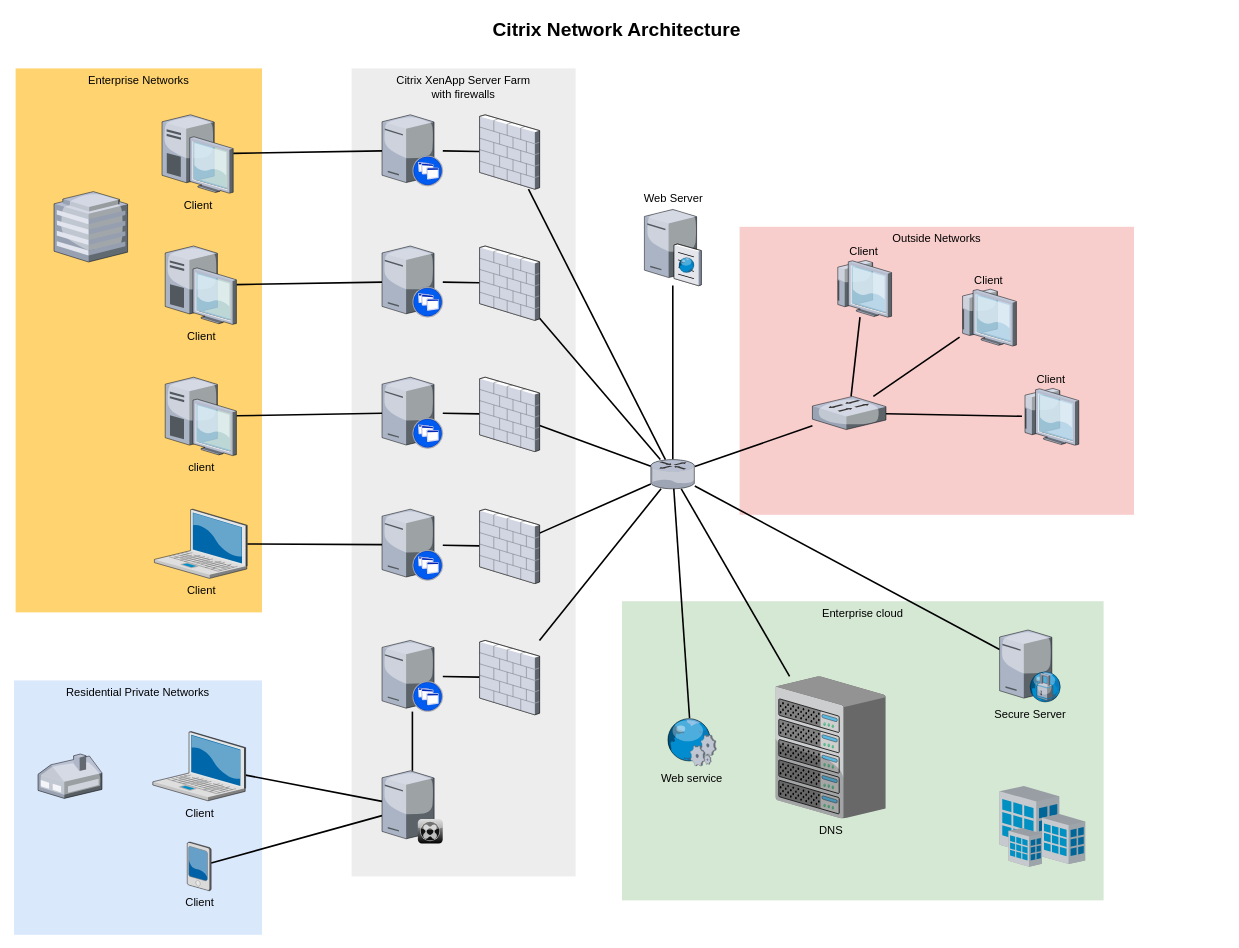
Before: 煤矿生产技术的网络架构图.drawio in itangm/draw.io-files, a draw.io diagram. Source tidied: cells renumbered, new cells numbered last; positions are measured from the earlier drawing's top-left corner, leaving out a move shared by most shapes. Both pictures are drawn from the tidied source at 80%, with x=0, y=0 at pixel (14, 14).
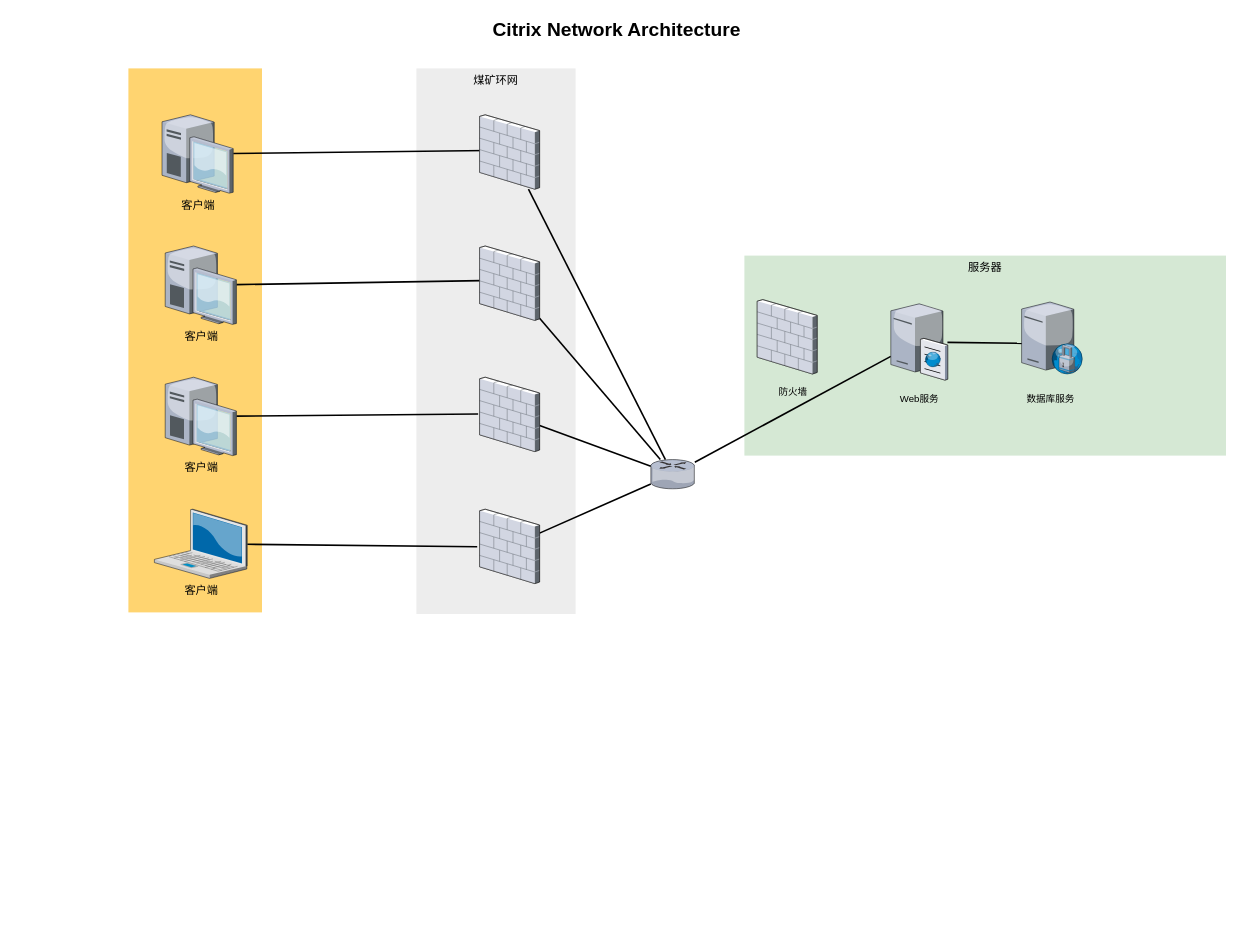
The same diagram, later.

Commit message:
更新煤矿生产技术的网络架构图.drawio

The change refers to these unchanged cells:
```xml
<mxCell id="33" style="verticalLabelPosition=bottom;html=1;verticalAlign=top;strokeColor=none;shape=mxgraph.citrix.router;fillColor=#66B2FF;gradientColor=#0066CC;fontSize=14;" parent="1" vertex="1">
  <mxGeometry x="796" y="557" width="55" height="36.5" as="geometry" />
</mxCell>
<mxCell id="39" style="verticalLabelPosition=bottom;html=1;verticalAlign=top;strokeColor=none;shape=mxgraph.citrix.firewall;fillColor=#66B2FF;gradientColor=#0066CC;fontSize=14;" parent="1" vertex="1">
  <mxGeometry x="582" y="126" width="75" height="93" as="geometry" />
</mxCell>
<mxCell id="41" style="verticalLabelPosition=bottom;html=1;verticalAlign=top;strokeColor=none;shape=mxgraph.citrix.firewall;fillColor=#66B2FF;gradientColor=#0066CC;fontSize=14;" parent="1" vertex="1">
  <mxGeometry x="582" y="290" width="75" height="93" as="geometry" />
</mxCell>
<mxCell id="43" style="verticalLabelPosition=bottom;html=1;verticalAlign=top;strokeColor=none;shape=mxgraph.citrix.firewall;fillColor=#66B2FF;gradientColor=#0066CC;fontSize=14;" parent="1" vertex="1">
  <mxGeometry x="582" y="454" width="75" height="93" as="geometry" />
</mxCell>
<mxCell id="45" style="verticalLabelPosition=bottom;html=1;verticalAlign=top;strokeColor=none;shape=mxgraph.citrix.firewall;fillColor=#66B2FF;gradientColor=#0066CC;fontSize=14;" parent="1" vertex="1">
  <mxGeometry x="582" y="619" width="75" height="93" as="geometry" />
</mxCell>
```

What changed in the source:
```diff
@@
-    <mxCell id="2" value="Outside Networks" style="whiteSpace=wrap;html=1;fillColor=#f8cecc;fontSize=14;strokeColor=none;verticalAlign=top;" parent="1" vertex="1">
-      <mxGeometry x="907" y="266" width="493" height="360" as="geometry" />
-    </mxCell>
-    <mxCell id="3" value="Enterprise cloud" style="whiteSpace=wrap;html=1;fillColor=#d5e8d4;fontSize=14;strokeColor=none;verticalAlign=top;" parent="1" vertex="1">
-      <mxGeometry x="760" y="734" width="602" height="374" as="geometry" />
+    <mxCell id="3" value="服务器" style="whiteSpace=wrap;html=1;fillColor=#d5e8d4;fontSize=14;strokeColor=none;verticalAlign=top;" parent="1" vertex="1">
+      <mxGeometry x="913" y="302" width="602" height="250" as="geometry" />
     </mxCell>
-    <mxCell id="4" value="Citrix XenApp Server Farm&lt;div&gt;with firewalls&lt;/div&gt;" style="whiteSpace=wrap;html=1;fillColor=#EDEDED;fontSize=14;strokeColor=none;verticalAlign=top;" parent="1" vertex="1">
-      <mxGeometry x="422" y="68" width="280" height="1010" as="geometry" />
+    <mxCell id="4" value="煤矿环网" style="whiteSpace=wrap;html=1;fillColor=#EDEDED;fontSize=14;strokeColor=none;verticalAlign=top;" parent="1" vertex="1">
+      <mxGeometry x="503" y="68" width="199" height="682" as="geometry" />
     </mxCell>
-    <mxCell id="5" value="Residential Private Networks" style="whiteSpace=wrap;html=1;fillColor=#dae8fc;fontSize=14;strokeColor=none;verticalAlign=top;" parent="1" vertex="1">
-      <mxGeometry y="833" width="310" height="318" as="geometry" />
-    </mxCell>
-    <mxCell id="6" value="Enterprise Networks" style="whiteSpace=wrap;html=1;fillColor=#FFD470;gradientColor=none;fontSize=14;strokeColor=none;verticalAlign=top;" parent="1" vertex="1">
-      <mxGeometry x="2" y="68" width="308" height="680" as="geometry" />
+    <mxCell id="6" style="whiteSpace=wrap;html=1;fillColor=#FFD470;gradientColor=none;fontSize=14;strokeColor=none;verticalAlign=top;" parent="1" vertex="1">
+      <mxGeometry x="143" y="68" width="167" height="680" as="geometry" />
     </mxCell>
-    <mxCell id="7" style="edgeStyle=none;rounded=0;html=1;startSize=10;endSize=10;jettySize=auto;fontSize=14;endArrow=none;endFill=0;strokeWidth=2;" parent="1" edge="1" source="8" target="35">
-      <mxGeometry relative="1" as="geometry" />
-    </mxCell>
-    <mxCell id="8" value="Client" style="verticalLabelPosition=bottom;html=1;verticalAlign=top;strokeColor=none;shape=mxgraph.citrix.laptop_2;fillColor=#66B2FF;gradientColor=#0066CC;fontSize=14;" parent="1" vertex="1">
-      <mxGeometry x="173.5" y="897" width="116" height="86.5" as="geometry" />
-    </mxCell>
-    <mxCell id="9" style="edgeStyle=none;rounded=0;html=1;startSize=10;endSize=10;jettySize=auto;fontSize=14;endArrow=none;endFill=0;strokeWidth=2;" parent="1" edge="1" source="10" target="22">
+    <mxCell id="9" style="edgeStyle=none;rounded=0;html=1;startSize=10;endSize=10;jettySize=auto;fontSize=14;endArrow=none;endFill=0;strokeWidth=2;entryX=-0.04;entryY=0.505;entryDx=0;entryDy=0;entryPerimeter=0;" parent="1" edge="1" source="10" target="45">
       <mxGeometry relative="1" as="geometry" />
     </mxCell>
-    <mxCell id="10" value="Client" style="verticalLabelPosition=bottom;html=1;verticalAlign=top;strokeColor=none;shape=mxgraph.citrix.laptop_2;fillColor=#66B2FF;gradientColor=#0066CC;fontSize=14;" parent="1" vertex="1">
+    <mxCell id="10" value="客户端" style="verticalLabelPosition=bottom;html=1;verticalAlign=top;strokeColor=none;shape=mxgraph.citrix.laptop_2;fillColor=#66B2FF;gradientColor=#0066CC;fontSize=14;" parent="1" vertex="1">
       <mxGeometry x="175.5" y="619" width="116" height="86.5" as="geometry" />
     </mxCell>
-    <mxCell id="11" style="edgeStyle=none;rounded=0;html=1;startSize=10;endSize=10;jettySize=auto;fontSize=14;endArrow=none;endFill=0;strokeWidth=2;" parent="1" edge="1" source="12" target="24">
+    <mxCell id="11" style="edgeStyle=none;rounded=0;html=1;startSize=10;endSize=10;jettySize=auto;fontSize=14;endArrow=none;endFill=0;strokeWidth=2;entryX=-0.025;entryY=0.495;entryDx=0;entryDy=0;entryPerimeter=0;" parent="1" edge="1" source="12" target="43">
       <mxGeometry relative="1" as="geometry" />
     </mxCell>
-    <mxCell id="12" value="client" style="verticalLabelPosition=bottom;html=1;verticalAlign=top;strokeColor=none;shape=mxgraph.citrix.desktop;fillColor=#66B2FF;gradientColor=#0066CC;fontSize=14;" parent="1" vertex="1">
+    <mxCell id="12" value="客户端" style="verticalLabelPosition=bottom;html=1;verticalAlign=top;strokeColor=none;shape=mxgraph.citrix.desktop;fillColor=#66B2FF;gradientColor=#0066CC;fontSize=14;" parent="1" vertex="1">
       <mxGeometry x="189" y="454" width="89" height="98" as="geometry" />
     </mxCell>
-    <mxCell id="13" style="edgeStyle=none;rounded=0;html=1;startSize=10;endSize=10;jettySize=auto;fontSize=14;endArrow=none;endFill=0;strokeWidth=2;" parent="1" edge="1" source="14" target="26">
+    <mxCell id="13" style="edgeStyle=none;rounded=0;html=1;startSize=10;endSize=10;jettySize=auto;fontSize=14;endArrow=none;endFill=0;strokeWidth=2;entryX=0.273;entryY=0.462;entryDx=0;entryDy=0;entryPerimeter=0;" parent="1" edge="1" source="14" target="41">
       <mxGeometry relative="1" as="geometry" />
     </mxCell>
-    <mxCell id="14" value="Client" style="verticalLabelPosition=bottom;html=1;verticalAlign=top;strokeColor=none;shape=mxgraph.citrix.desktop;fillColor=#66B2FF;gradientColor=#0066CC;fontSize=14;" parent="1" vertex="1">
+    <mxCell id="14" value="客户端" style="verticalLabelPosition=bottom;html=1;verticalAlign=top;strokeColor=none;shape=mxgraph.citrix.desktop;fillColor=#66B2FF;gradientColor=#0066CC;fontSize=14;" parent="1" vertex="1">
       <mxGeometry x="189" y="290" width="89" height="98" as="geometry" />
     </mxCell>
-    <mxCell id="15" style="edgeStyle=none;rounded=0;html=1;startSize=10;endSize=10;jettySize=auto;fontSize=14;endArrow=none;endFill=0;strokeWidth=2;" parent="1" edge="1" source="16" target="28">
+    <mxCell id="15" style="edgeStyle=none;rounded=0;html=1;startSize=10;endSize=10;jettySize=auto;fontSize=14;endArrow=none;endFill=0;strokeWidth=2;entryX=0.132;entryY=0.48;entryDx=0;entryDy=0;entryPerimeter=0;" parent="1" edge="1" source="16" target="39">
       <mxGeometry relative="1" as="geometry" />
     </mxCell>
-    <mxCell id="16" value="Client" style="verticalLabelPosition=bottom;html=1;verticalAlign=top;strokeColor=none;shape=mxgraph.citrix.desktop;fillColor=#66B2FF;gradientColor=#0066CC;fontSize=14;" parent="1" vertex="1">
+    <mxCell id="16" value="客户端" style="verticalLabelPosition=bottom;html=1;verticalAlign=top;strokeColor=none;shape=mxgraph.citrix.desktop;fillColor=#66B2FF;gradientColor=#0066CC;fontSize=14;" parent="1" vertex="1">
       <mxGeometry x="185" y="126" width="89" height="98" as="geometry" />
     </mxCell>
-    <mxCell id="17" style="edgeStyle=none;rounded=0;html=1;startSize=10;endSize=10;jettySize=auto;fontSize=14;endArrow=none;endFill=0;strokeWidth=2;" parent="1" edge="1" source="18" target="35">
-      <mxGeometry relative="1" as="geometry" />
-    </mxCell>
-    <mxCell id="18" value="Client" style="verticalLabelPosition=bottom;html=1;verticalAlign=top;strokeColor=none;shape=mxgraph.citrix.pda;fillColor=#66B2FF;gradientColor=#0066CC;fontSize=14;" parent="1" vertex="1">
-      <mxGeometry x="216.5" y="1035" width="30" height="61" as="geometry" />
-    </mxCell>
-    <mxCell id="19" style="edgeStyle=none;rounded=0;html=1;startSize=10;endSize=10;jettySize=auto;fontSize=14;endArrow=none;endFill=0;strokeWidth=2;" parent="1" edge="1" source="20" target="47">
-      <mxGeometry relative="1" as="geometry" />
-    </mxCell>
-    <mxCell id="20" style="verticalLabelPosition=bottom;html=1;verticalAlign=top;strokeColor=none;shape=mxgraph.citrix.xenapp_server;fillColor=#66B2FF;gradientColor=#0066CC;fontSize=14;" parent="1" vertex="1">
-      <mxGeometry x="460" y="783" width="76" height="89" as="geometry" />
-    </mxCell>
-    <mxCell id="21" style="edgeStyle=none;rounded=0;html=1;startSize=10;endSize=10;jettySize=auto;fontSize=14;endArrow=none;endFill=0;strokeWidth=2;" parent="1" edge="1" source="22" target="45">
-      <mxGeometry relative="1" as="geometry" />
-    </mxCell>
-    <mxCell id="22" style="verticalLabelPosition=bottom;html=1;verticalAlign=top;strokeColor=none;shape=mxgraph.citrix.xenapp_server;fillColor=#66B2FF;gradientColor=#0066CC;fontSize=14;" parent="1" vertex="1">
-      <mxGeometry x="460" y="619" width="76" height="89" as="geometry" />
-    </mxCell>
-    <mxCell id="23" style="edgeStyle=none;rounded=0;html=1;startSize=10;endSize=10;jettySize=auto;fontSize=14;endArrow=none;endFill=0;strokeWidth=2;" parent="1" edge="1" source="24" target="43">
-      <mxGeometry relative="1" as="geometry" />
-    </mxCell>
-    <mxCell id="24" style="verticalLabelPosition=bottom;html=1;verticalAlign=top;strokeColor=none;shape=mxgraph.citrix.xenapp_server;fillColor=#66B2FF;gradientColor=#0066CC;fontSize=14;" parent="1" vertex="1">
-      <mxGeometry x="460" y="454" width="76" height="89" as="geometry" />
-    </mxCell>
-    <mxCell id="25" style="edgeStyle=none;rounded=0;html=1;startSize=10;endSize=10;jettySize=auto;fontSize=14;endArrow=none;endFill=0;strokeWidth=2;" parent="1" edge="1" source="26" target="41">
-      <mxGeometry relative="1" as="geometry" />
-    </mxCell>
-    <mxCell id="26" style="verticalLabelPosition=bottom;html=1;verticalAlign=top;strokeColor=none;shape=mxgraph.citrix.xenapp_server;fillColor=#66B2FF;gradientColor=#0066CC;fontSize=14;" parent="1" vertex="1">
-      <mxGeometry x="460" y="290" width="76" height="89" as="geometry" />
-    </mxCell>
-    <mxCell id="27" style="edgeStyle=none;rounded=0;html=1;startSize=10;endSize=10;jettySize=auto;fontSize=14;endArrow=none;endFill=0;strokeWidth=2;" parent="1" edge="1" source="28" target="39">
-      <mxGeometry relative="1" as="geometry" />
-    </mxCell>
-    <mxCell id="28" style="verticalLabelPosition=bottom;html=1;verticalAlign=top;strokeColor=none;shape=mxgraph.citrix.xenapp_server;fillColor=#66B2FF;gradientColor=#0066CC;fontSize=14;" parent="1" vertex="1">
-      <mxGeometry x="460" y="126" width="76" height="89" as="geometry" />
-    </mxCell>
-    <mxCell id="29" style="edgeStyle=none;rounded=0;html=1;startSize=10;endSize=10;jettySize=auto;fontSize=14;endArrow=none;endFill=0;strokeWidth=2;" parent="1" edge="1" source="33" target="37">
-      <mxGeometry relative="1" as="geometry" />
-    </mxCell>
@@
-    <mxCell id="31" style="edgeStyle=none;rounded=0;html=1;startSize=10;endSize=10;jettySize=auto;fontSize=14;endArrow=none;endFill=0;strokeWidth=2;" parent="1" edge="1" source="33" target="54">
-      <mxGeometry relative="1" as="geometry" />
-    </mxCell>
-    <mxCell id="32" style="edgeStyle=none;rounded=0;html=1;startSize=10;endSize=10;jettySize=auto;fontSize=14;endArrow=none;endFill=0;strokeWidth=2;" parent="1" edge="1" source="33" target="50">
+    <mxCell id="32" style="edgeStyle=none;rounded=0;html=1;startSize=10;endSize=10;jettySize=auto;fontSize=14;endArrow=none;endFill=0;strokeWidth=2;exitX=0.997;exitY=0.518;exitDx=0;exitDy=0;exitPerimeter=0;entryX=0.033;entryY=0.574;entryDx=0;entryDy=0;entryPerimeter=0;" parent="1" edge="1" source="36" target="50">
       <mxGeometry relative="1" as="geometry" />
     </mxCell>
@@
-    <mxCell id="34" style="edgeStyle=none;rounded=0;html=1;startSize=10;endSize=10;jettySize=auto;fontSize=14;endArrow=none;endFill=0;strokeWidth=2;" parent="1" edge="1" source="35" target="20">
-      <mxGeometry relative="1" as="geometry" />
-    </mxCell>
-    <mxCell id="35" style="verticalLabelPosition=bottom;html=1;verticalAlign=top;strokeColor=none;shape=mxgraph.citrix.xenclient_synchronizer;fillColor=#CCCCCC;gradientColor=#000000;gradientDirection=south;fontSize=14;" parent="1" vertex="1">
-      <mxGeometry x="460" y="946" width="76" height="91" as="geometry" />
-    </mxCell>
-    <mxCell id="36" value="Web Server" style="verticalLabelPosition=top;html=1;verticalAlign=bottom;strokeColor=none;shape=mxgraph.citrix.cache_server;fillColor=#66B2FF;gradientColor=#0066CC;fontSize=14;labelPosition=center;align=center;" parent="1" vertex="1">
-      <mxGeometry x="788" y="242" width="71" height="97.5" as="geometry" />
+    <mxCell id="36" style="verticalLabelPosition=top;html=1;verticalAlign=bottom;strokeColor=none;shape=mxgraph.citrix.cache_server;fillColor=#66B2FF;gradientColor=#0066CC;fontSize=14;labelPosition=center;align=center;" parent="1" vertex="1">
+      <mxGeometry x="1096" y="360" width="71" height="97.5" as="geometry" />
     </mxCell>
-    <mxCell id="37" value="DNS" style="verticalLabelPosition=bottom;html=1;verticalAlign=top;strokeColor=none;shape=mxgraph.citrix.chassis;fillColor=#66B2FF;gradientColor=#0066CC;fontSize=14;" parent="1" vertex="1">
-      <mxGeometry x="952" y="828" width="137.5" height="177.5" as="geometry" />
-    </mxCell>
@@
-    <mxCell id="46" style="edgeStyle=none;rounded=0;html=1;startSize=10;endSize=10;jettySize=auto;fontSize=14;endArrow=none;endFill=0;strokeWidth=2;" parent="1" edge="1" source="47" target="33">
-      <mxGeometry relative="1" as="geometry" />
-    </mxCell>
-    <mxCell id="47" style="verticalLabelPosition=bottom;html=1;verticalAlign=top;strokeColor=none;shape=mxgraph.citrix.firewall;fillColor=#66B2FF;gradientColor=#0066CC;fontSize=14;" parent="1" vertex="1">
-      <mxGeometry x="582" y="783" width="75" height="93" as="geometry" />
-    </mxCell>
-    <mxCell id="48" style="verticalLabelPosition=bottom;html=1;verticalAlign=top;strokeColor=none;shape=mxgraph.citrix.home_office;fillColor=#66B2FF;gradientColor=#0066CC;fontSize=14;" parent="1" vertex="1">
-      <mxGeometry x="30" y="925" width="80" height="55.5" as="geometry" />
-    </mxCell>
-    <mxCell id="49" style="verticalLabelPosition=bottom;html=1;verticalAlign=top;strokeColor=none;shape=mxgraph.citrix.hq_enterprise;fillColor=#66B2FF;gradientColor=#0066CC;fontSize=14;" parent="1" vertex="1">
-      <mxGeometry x="50" y="222" width="92" height="88" as="geometry" />
-    </mxCell>
-    <mxCell id="50" value="Secure Server" style="verticalLabelPosition=bottom;html=1;verticalAlign=top;strokeColor=none;shape=mxgraph.citrix.proxy_server;fillColor=#66B2FF;gradientColor=#0066CC;fontSize=14;" parent="1" vertex="1">
-      <mxGeometry x="1232" y="770" width="76.5" height="90" as="geometry" />
+    <mxCell id="50" style="verticalLabelPosition=bottom;html=1;verticalAlign=top;strokeColor=none;shape=mxgraph.citrix.proxy_server;fillColor=#66B2FF;gradientColor=#0066CC;fontSize=14;" parent="1" vertex="1">
+      <mxGeometry x="1259.5" y="360" width="76.5" height="90" as="geometry" />
     </mxCell>
-    <mxCell id="51" style="edgeStyle=none;rounded=0;html=1;startSize=10;endSize=10;jettySize=auto;fontSize=14;endArrow=none;endFill=0;strokeWidth=2;" parent="1" edge="1" source="54" target="57">
-      <mxGeometry relative="1" as="geometry" />
-    </mxCell>
-    <mxCell id="52" style="edgeStyle=none;rounded=0;html=1;startSize=10;endSize=10;jettySize=auto;fontSize=14;endArrow=none;endFill=0;strokeWidth=2;" parent="1" edge="1" source="54" target="56">
-      <mxGeometry relative="1" as="geometry" />
-    </mxCell>
-    <mxCell id="53" style="edgeStyle=none;rounded=0;html=1;startSize=10;endSize=10;jettySize=auto;fontSize=14;endArrow=none;endFill=0;strokeWidth=2;" parent="1" edge="1" source="54" target="55">
-      <mxGeometry relative="1" as="geometry" />
-    </mxCell>
-    <mxCell id="54" style="verticalLabelPosition=bottom;html=1;verticalAlign=top;strokeColor=none;shape=mxgraph.citrix.switch;fillColor=#66B2FF;gradientColor=#0066CC;fontSize=14;" parent="1" vertex="1">
-      <mxGeometry x="998" y="478" width="92" height="41.5" as="geometry" />
-    </mxCell>
-    <mxCell id="55" value="Client" style="verticalLabelPosition=top;html=1;verticalAlign=bottom;strokeColor=none;shape=mxgraph.citrix.thin_client;fillColor=#66B2FF;gradientColor=#0066CC;fontSize=14;labelPosition=center;align=center;" parent="1" vertex="1">
-      <mxGeometry x="1260" y="468" width="71" height="71" as="geometry" />
-    </mxCell>
-    <mxCell id="56" value="Client" style="verticalLabelPosition=top;html=1;verticalAlign=bottom;strokeColor=none;shape=mxgraph.citrix.thin_client;fillColor=#66B2FF;gradientColor=#0066CC;fontSize=14;labelPosition=center;align=center;" parent="1" vertex="1">
-      <mxGeometry x="1182" y="344" width="71" height="71" as="geometry" />
-    </mxCell>
-    <mxCell id="57" value="Client" style="verticalLabelPosition=top;html=1;verticalAlign=bottom;strokeColor=none;shape=mxgraph.citrix.thin_client;fillColor=#66B2FF;gradientColor=#0066CC;fontSize=14;labelPosition=center;align=center;" parent="1" vertex="1">
-      <mxGeometry x="1026" y="308" width="71" height="71" as="geometry" />
-    </mxCell>
-    <mxCell id="58" style="edgeStyle=none;rounded=0;html=1;startSize=10;endSize=10;jettySize=auto;fontSize=14;endArrow=none;endFill=0;strokeWidth=2;" parent="1" edge="1" source="59" target="33">
-      <mxGeometry relative="1" as="geometry" />
-    </mxCell>
-    <mxCell id="59" value="Web service" style="verticalLabelPosition=bottom;html=1;verticalAlign=top;strokeColor=none;shape=mxgraph.citrix.web_service;fillColor=#66B2FF;gradientColor=#0066CC;fontSize=14;" parent="1" vertex="1">
-      <mxGeometry x="815" y="880" width="63" height="60" as="geometry" />
-    </mxCell>
-    <mxCell id="60" style="verticalLabelPosition=bottom;html=1;verticalAlign=top;strokeColor=none;shape=mxgraph.citrix.site;fillColor=#66B2FF;gradientColor=#0066CC;fontSize=14;" parent="1" vertex="1">
-      <mxGeometry x="1232" y="965" width="107" height="101" as="geometry" />
-    </mxCell>
@@
+    <mxCell id="62" value="Web服务" style="text;html=1;strokeColor=none;fillColor=none;align=center;verticalAlign=middle;whiteSpace=wrap;rounded=0;" parent="1" vertex="1">
+      <mxGeometry x="1101.5" y="467" width="60" height="30" as="geometry" />
+    </mxCell>
+    <mxCell id="63" value="数据库服务" style="text;html=1;strokeColor=none;fillColor=none;align=center;verticalAlign=middle;whiteSpace=wrap;rounded=0;" parent="1" vertex="1">
+      <mxGeometry x="1256" y="467" width="80" height="30" as="geometry" />
+    </mxCell>
+    <mxCell id="64" style="verticalLabelPosition=bottom;html=1;verticalAlign=top;strokeColor=none;shape=mxgraph.citrix.firewall;fillColor=#66B2FF;gradientColor=#0066CC;fontSize=14;" parent="1" vertex="1">
+      <mxGeometry x="929" y="357" width="75" height="93" as="geometry" />
+    </mxCell>
+    <mxCell id="65" value="防火墙" style="text;html=1;strokeColor=none;fillColor=none;align=center;verticalAlign=middle;whiteSpace=wrap;rounded=0;" parent="1" vertex="1">
+      <mxGeometry x="944" y="457.5" width="60" height="30" as="geometry" />
+    </mxCell>
```
